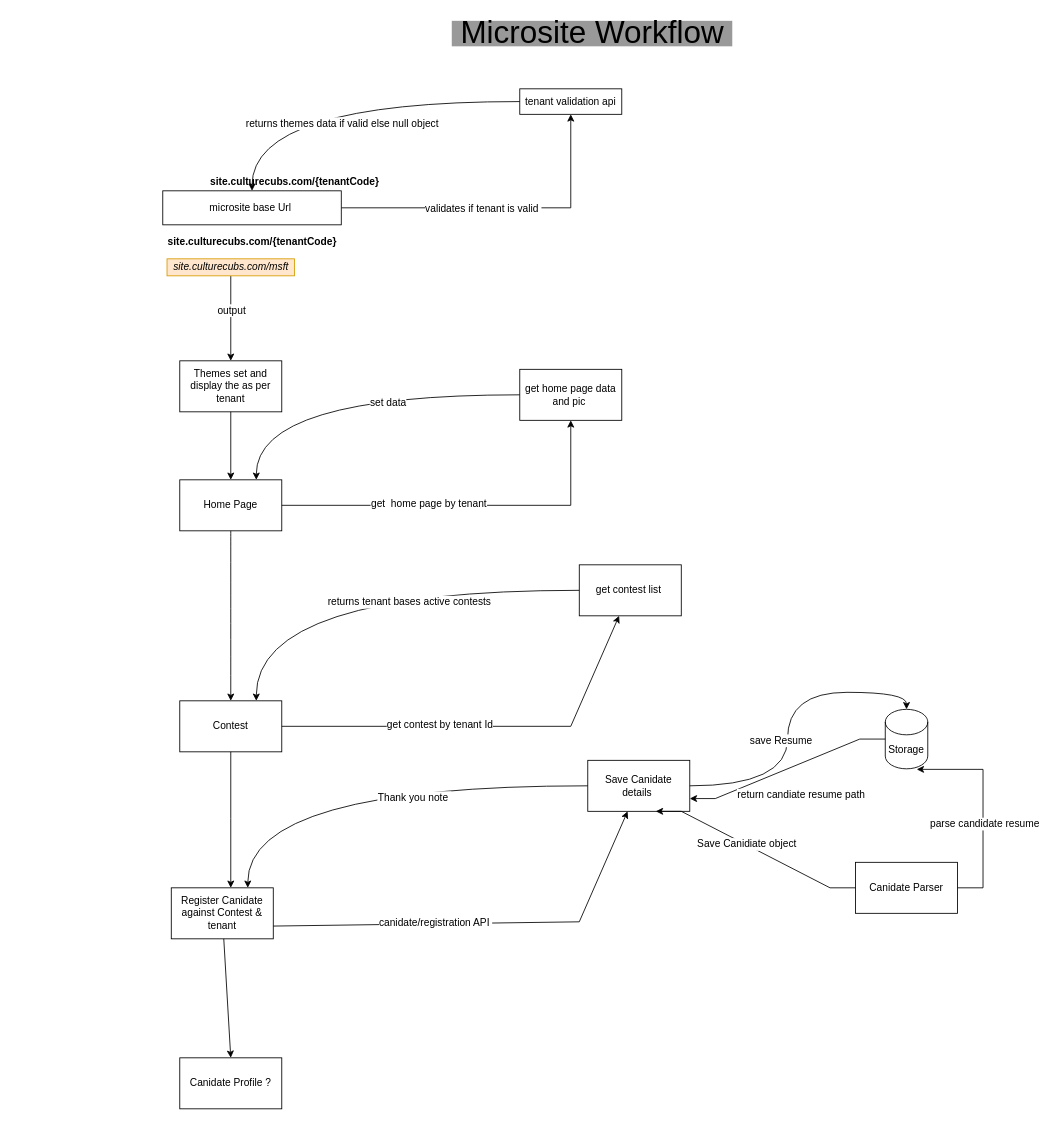
Above: docs/Microsite-Workflow.drawio in akashvarshney2023/culturecubs (draw.io), before the change. Source tidied: cells renumbered, new cells numbered last; positions are measured from the earlier drawing's top-left corner, leaving out a move shared by most shapes. Both pictures are drawn from the tidied source at 85%, with x=0, y=0 at pixel (162, 20).
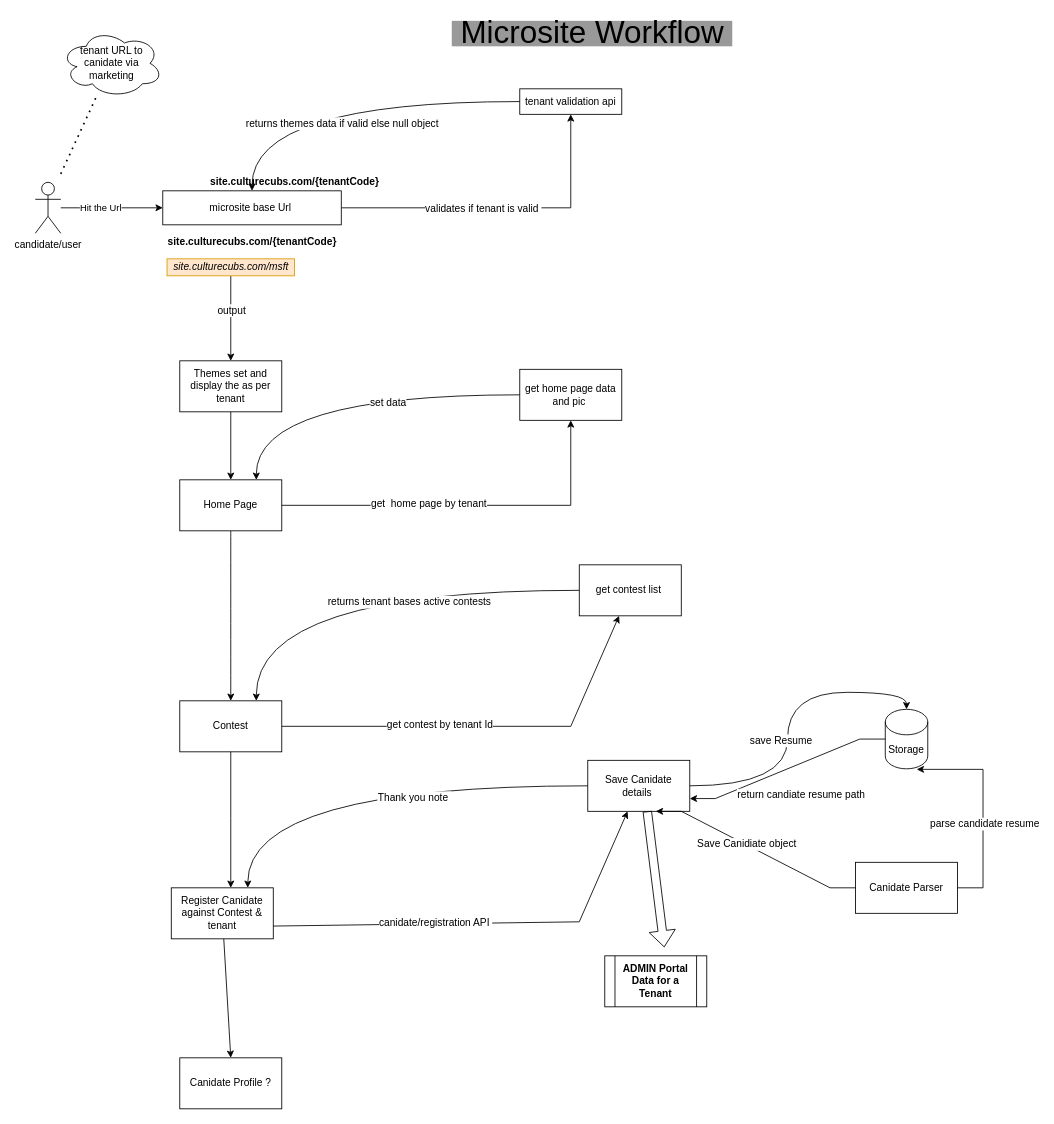
After the change.

Unchanged cells that the change refers to:
```xml
<mxCell id="4" value="microsite base Url&amp;nbsp;" style="whiteSpace=wrap;html=1;" parent="1" vertex="1">
  <mxGeometry y="200" width="210" height="40" as="geometry" />
</mxCell>
```

Diff of the diagram source:
```diff
@@
+    <mxCell id="48" style="shape=flexArrow;endArrow=classic;html=1;rounded=0;" parent="1" edge="1">
+      <mxGeometry relative="1" as="geometry">
+        <mxPoint x="570" y="930" as="sourcePoint" />
+        <mxPoint x="590" y="1090" as="targetPoint" />
+      </mxGeometry>
+    </mxCell>
+    <mxCell id="49" value="ADMIN Portal Data for a Tenant" style="shape=process;whiteSpace=wrap;html=1;backgroundOutline=1;fontStyle=1;" parent="1" vertex="1">
+      <mxGeometry x="520" y="1100" width="120" height="60" as="geometry" />
+    </mxCell>
+    <mxCell id="50" style="edgeStyle=orthogonalEdgeStyle;rounded=0;jettySize=auto;html=1;entryX=0;entryY=0.5;entryDx=0;entryDy=0;" parent="1" edge="1" source="52" target="4">
+      <mxGeometry relative="1" as="geometry" />
+    </mxCell>
+    <mxCell id="51" value="Hit the Url" style="edgeLabel;html=1;align=center;verticalAlign=middle;" parent="50" vertex="1">
+      <mxGeometry x="-0.24" y="1" relative="1" as="geometry" />
+    </mxCell>
+    <mxCell id="52" value="candidate/user" style="shape=umlActor;verticalLabelPosition=bottom;verticalAlign=top;html=1;outlineConnect=0;" parent="1" vertex="1">
+      <mxGeometry x="-150" y="190" width="30" height="60" as="geometry" />
+    </mxCell>
+    <mxCell id="53" value="tenant URL to canidate via marketing" style="ellipse;shape=cloud;whiteSpace=wrap;html=1;" parent="1" vertex="1">
+      <mxGeometry x="-120" y="10" width="120" height="80" as="geometry" />
+    </mxCell>
+    <mxCell id="54" style="endArrow=none;dashed=1;html=1;dashPattern=1 3;strokeWidth=2;rounded=0;" parent="1" edge="1" target="53">
+      <mxGeometry relative="1" as="geometry">
+        <mxPoint x="-120" y="180" as="sourcePoint" />
+      </mxGeometry>
+    </mxCell>
```
